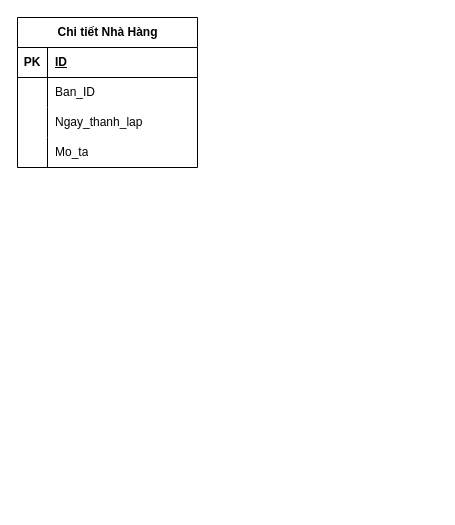
Before: Bieu_do_ERD.drawio in khai520/SD_47_Jolly, a draw.io diagram. Source tidied: cells renumbered, new cells numbered last; positions are measured from the earlier drawing's top-left corner, leaving out a move shared by most shapes. Both pictures are drawn from the tidied source at 100%, with x=0, y=0 at pixel (17, 17).
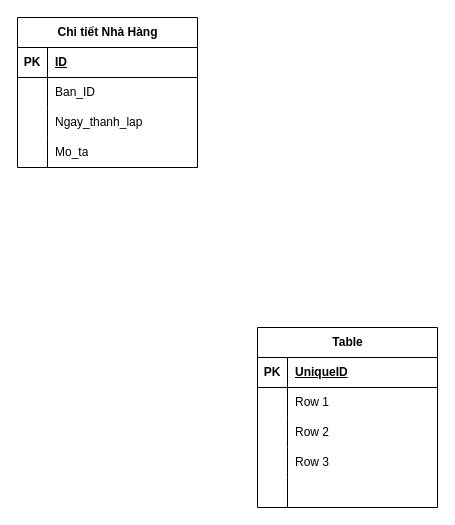
The same page after the edit.

Commit message:
Cập nhật Bieu_do_ERD.drawio

Diff of the diagram source:
```diff
@@
+    <mxCell id="15" value="Table" style="shape=table;startSize=30;childLayout=tableLayout;rowLines=0;fontStyle=1;align=center;html=1;" parent="1" vertex="1">
+      <mxGeometry x="240" y="310" width="180" height="180" as="geometry" />
+    </mxCell>
+    <mxCell id="16" style="shape=tableRow;horizontal=0;startSize=0;swimlaneHead=0;swimlaneBody=0;fillColor=none;top=0;left=0;right=0;bottom=1;" parent="15" vertex="1">
+      <mxGeometry y="30" width="180" height="30" as="geometry" />
+    </mxCell>
+    <mxCell id="17" value="PK" style="shape=partialRectangle;fillColor=none;top=0;left=0;bottom=0;right=0;fontStyle=1;overflow=hidden;whiteSpace=wrap;html=1;" parent="16" vertex="1">
+      <mxGeometry width="30" height="30" as="geometry" />
+    </mxCell>
+    <mxCell id="18" value="UniqueID" style="shape=partialRectangle;fillColor=none;top=0;left=0;bottom=0;right=0;align=left;spacingLeft=6;fontStyle=5;overflow=hidden;whiteSpace=wrap;html=1;" parent="16" vertex="1">
+      <mxGeometry x="30" width="150" height="30" as="geometry" />
+    </mxCell>
+    <mxCell id="19" style="shape=tableRow;horizontal=0;startSize=0;swimlaneHead=0;swimlaneBody=0;fillColor=none;top=0;left=0;right=0;bottom=0;" parent="15" vertex="1">
+      <mxGeometry y="60" width="180" height="30" as="geometry" />
+    </mxCell>
+    <mxCell id="20" style="shape=partialRectangle;fillColor=none;top=0;left=0;bottom=0;right=0;overflow=hidden;whiteSpace=wrap;html=1;" parent="19" vertex="1">
+      <mxGeometry width="30" height="30" as="geometry" />
+    </mxCell>
+    <mxCell id="21" value="Row 1" style="shape=partialRectangle;fillColor=none;top=0;left=0;bottom=0;right=0;align=left;spacingLeft=6;overflow=hidden;whiteSpace=wrap;html=1;" parent="19" vertex="1">
+      <mxGeometry x="30" width="150" height="30" as="geometry" />
+    </mxCell>
+    <mxCell id="22" style="shape=tableRow;horizontal=0;startSize=0;swimlaneHead=0;swimlaneBody=0;fillColor=none;top=0;left=0;right=0;bottom=0;" parent="15" vertex="1">
+      <mxGeometry y="90" width="180" height="30" as="geometry" />
+    </mxCell>
+    <mxCell id="23" style="shape=partialRectangle;fillColor=none;top=0;left=0;bottom=0;right=0;overflow=hidden;whiteSpace=wrap;html=1;" parent="22" vertex="1">
+      <mxGeometry width="30" height="30" as="geometry" />
+    </mxCell>
+    <mxCell id="24" value="Row 2" style="shape=partialRectangle;fillColor=none;top=0;left=0;bottom=0;right=0;align=left;spacingLeft=6;overflow=hidden;whiteSpace=wrap;html=1;" parent="22" vertex="1">
+      <mxGeometry x="30" width="150" height="30" as="geometry" />
+    </mxCell>
+    <mxCell id="25" style="shape=tableRow;horizontal=0;startSize=0;swimlaneHead=0;swimlaneBody=0;fillColor=none;top=0;left=0;right=0;bottom=0;" parent="15" vertex="1">
+      <mxGeometry y="120" width="180" height="30" as="geometry" />
+    </mxCell>
+    <mxCell id="26" style="shape=partialRectangle;fillColor=none;top=0;left=0;bottom=0;right=0;overflow=hidden;whiteSpace=wrap;html=1;" parent="25" vertex="1">
+      <mxGeometry width="30" height="30" as="geometry" />
+    </mxCell>
+    <mxCell id="27" value="Row 3" style="shape=partialRectangle;fillColor=none;top=0;left=0;bottom=0;right=0;align=left;spacingLeft=6;overflow=hidden;whiteSpace=wrap;html=1;" parent="25" vertex="1">
+      <mxGeometry x="30" width="150" height="30" as="geometry" />
+    </mxCell>
+    <mxCell id="28" style="shape=tableRow;horizontal=0;startSize=0;swimlaneHead=0;swimlaneBody=0;fillColor=none;top=0;left=0;right=0;bottom=0;" parent="15" vertex="1">
+      <mxGeometry y="150" width="180" height="30" as="geometry" />
+    </mxCell>
+    <mxCell id="29" style="shape=partialRectangle;fillColor=none;top=0;left=0;bottom=0;right=0;overflow=hidden;whiteSpace=wrap;html=1;" parent="28" vertex="1">
+      <mxGeometry width="30" height="30" as="geometry" />
+    </mxCell>
+    <mxCell id="30" style="shape=partialRectangle;fillColor=none;top=0;left=0;bottom=0;right=0;align=left;spacingLeft=6;overflow=hidden;whiteSpace=wrap;html=1;" parent="28" vertex="1">
+      <mxGeometry x="30" width="150" height="30" as="geometry" />
+    </mxCell>
```
